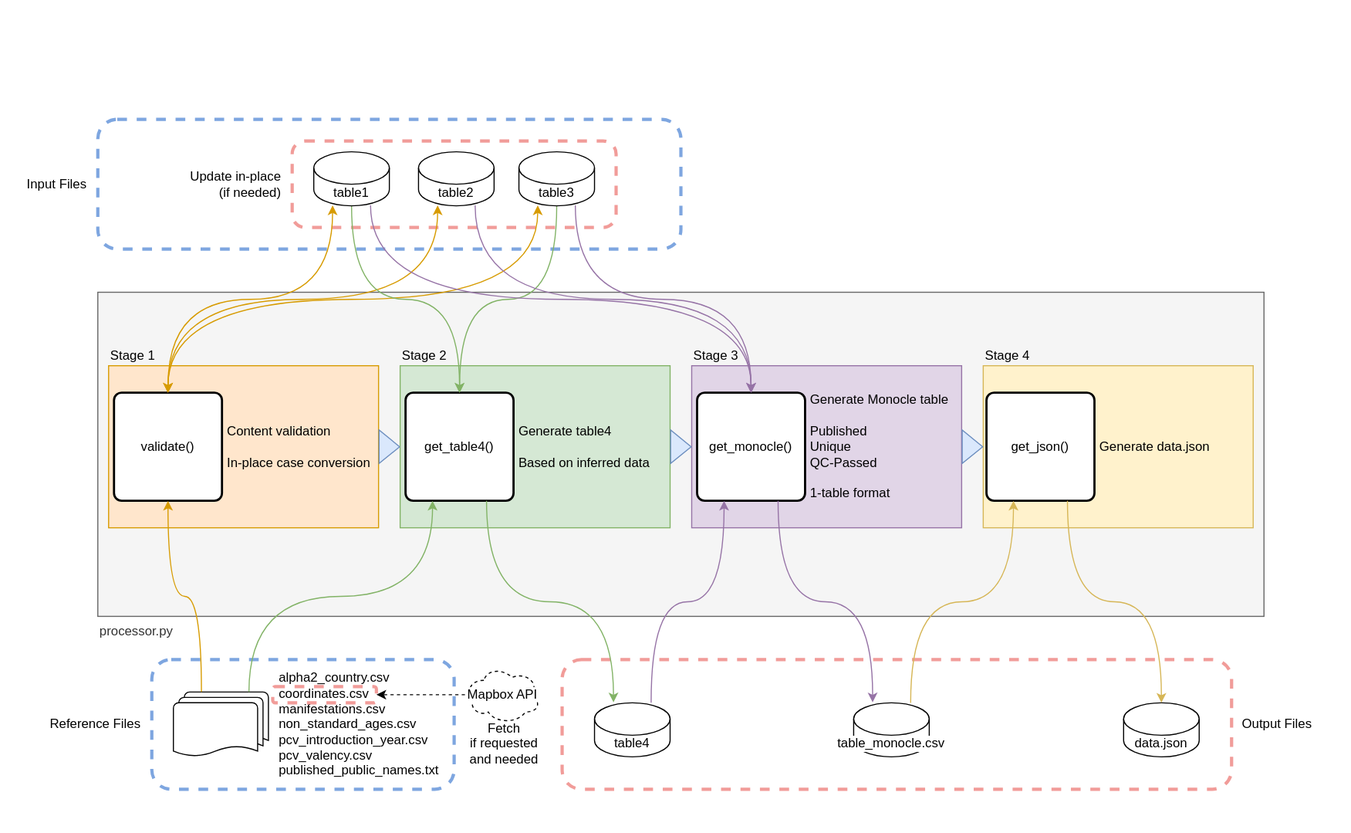
Earlier version of the draw.io export doc/workflow.drawio.svg (sanger-bentley-group/gps-database-processor). Source tidied: cells renumbered, new cells last; positions are measured from the earlier drawing's top-left corner, leaving out a move shared by most shapes.
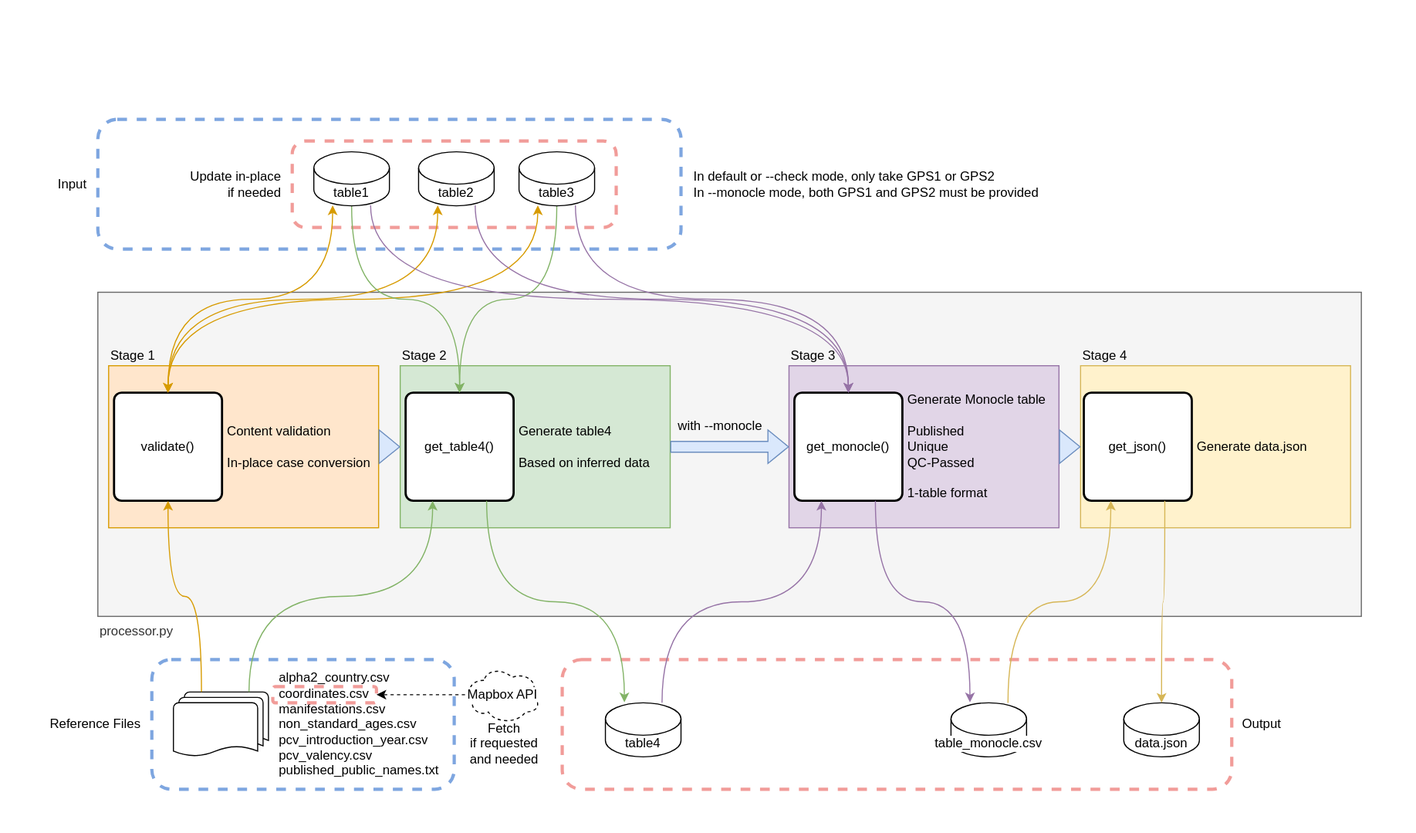
The same diagram one commit later.

What changed in the source:
```diff
@@ -3,13 +3,13 @@
     <mxCell id="0" />
     <mxCell id="1" parent="0" />
     <mxCell id="2" style="rounded=0;whiteSpace=wrap;html=1;strokeColor=none;fillColor=default;" parent="1" vertex="1">
-      <mxGeometry width="1250" height="770" as="geometry" />
+      <mxGeometry width="1310" height="770" as="geometry" />
     </mxCell>
     <mxCell id="3" value="processor.py" style="fillColor=#f5f5f5;strokeColor=#666666;align=left;labelPosition=center;verticalLabelPosition=bottom;verticalAlign=top;fontColor=#333333;" parent="1" vertex="1">
-      <mxGeometry x="90" y="270" width="1080" height="300" as="geometry" />
+      <mxGeometry x="90" y="270" width="1170" height="300" as="geometry" />
     </mxCell>
     <mxCell id="4" style="group;" parent="1" vertex="1">
-      <mxGeometry x="910" y="338" width="250" height="150" as="geometry" />
+      <mxGeometry x="1000" y="338" width="250" height="155" as="geometry" />
     </mxCell>
     <mxCell id="5" value="Stage 4" style="rounded=0;whiteSpace=wrap;html=1;shadow=0;glass=0;labelBackgroundColor=none;labelBorderColor=none;sketch=0;fillStyle=auto;fillColor=#fff2cc;strokeColor=#d6b656;labelPosition=center;verticalLabelPosition=top;align=left;verticalAlign=bottom;" parent="4" vertex="1">
       <mxGeometry width="250" height="150" as="geometry" />
@@ -21,7 +21,7 @@
       <mxGeometry x="106" y="47.5" width="144" height="55" as="geometry" />
     </mxCell>
     <mxCell id="8" style="group;" parent="1" vertex="1">
-      <mxGeometry x="640" y="338" width="258" height="150" as="geometry" />
+      <mxGeometry x="730" y="338" width="258" height="150.2" as="geometry" />
     </mxCell>
     <mxCell id="9" value="Stage 3" style="rounded=0;whiteSpace=wrap;html=1;shadow=0;glass=0;labelBackgroundColor=none;labelBorderColor=none;sketch=0;fillStyle=auto;fillColor=#e1d5e7;strokeColor=#9673a6;labelPosition=center;verticalLabelPosition=top;align=left;verticalAlign=bottom;" parent="8" vertex="1">
       <mxGeometry width="250" height="150" as="geometry" />
@@ -45,7 +45,7 @@
       <mxGeometry x="108" y="47.5" width="142" height="55" as="geometry" />
     </mxCell>
     <mxCell id="16" style="group;" parent="1" vertex="1">
-      <mxGeometry x="100" y="338" width="250" height="150" as="geometry" />
+      <mxGeometry x="100" y="338" width="250" height="155" as="geometry" />
     </mxCell>
     <mxCell id="17" value="Stage 1" style="rounded=0;whiteSpace=wrap;html=1;shadow=0;glass=0;labelBackgroundColor=none;labelBorderColor=none;sketch=0;fillStyle=auto;fillColor=#ffe6cc;strokeColor=#d79b00;labelPosition=center;verticalLabelPosition=top;align=left;verticalAlign=bottom;" parent="16" vertex="1">
       <mxGeometry width="250" height="150" as="geometry" />
@@ -56,13 +56,13 @@
     <mxCell id="19" value="&lt;span&gt;Content validation&lt;/span&gt;&lt;br&gt;&lt;span&gt;&lt;br&gt;In-place case conversion&lt;/span&gt;" style="text;html=1;strokeColor=none;fillColor=none;align=left;verticalAlign=middle;whiteSpace=wrap;rounded=0;shadow=0;glass=0;labelBackgroundColor=none;labelBorderColor=none;sketch=0;fillStyle=solid;" parent="16" vertex="1">
       <mxGeometry x="108" y="47.5" width="142" height="55" as="geometry" />
     </mxCell>
-    <mxCell id="20" value="Output Files" style="rounded=1;whiteSpace=wrap;html=1;labelBackgroundColor=default;fillStyle=auto;strokeColor=#F19C99;fillColor=none;dashed=1;strokeWidth=3;labelPosition=right;verticalLabelPosition=middle;align=left;verticalAlign=middle;spacingLeft=0;spacingRight=0;spacing=10;" parent="1" vertex="1">
+    <mxCell id="20" value="Output" style="rounded=1;whiteSpace=wrap;html=1;labelBackgroundColor=default;fillStyle=auto;strokeColor=#F19C99;fillColor=none;dashed=1;strokeWidth=3;labelPosition=right;verticalLabelPosition=middle;align=left;verticalAlign=middle;spacingLeft=0;spacingRight=0;spacing=10;" parent="1" vertex="1">
       <mxGeometry x="520" y="610" width="620" height="120" as="geometry" />
     </mxCell>
-    <mxCell id="21" value="Input Files" style="rounded=1;whiteSpace=wrap;html=1;labelBackgroundColor=default;fillStyle=auto;strokeColor=#7EA6E0;fillColor=none;dashed=1;strokeWidth=3;labelPosition=left;verticalLabelPosition=middle;align=right;verticalAlign=middle;spacingLeft=0;spacingRight=0;spacing=10;" parent="1" vertex="1">
+    <mxCell id="21" value="Input" style="rounded=1;whiteSpace=wrap;html=1;labelBackgroundColor=default;fillStyle=auto;strokeColor=#7EA6E0;fillColor=none;dashed=1;strokeWidth=3;labelPosition=left;verticalLabelPosition=middle;align=right;verticalAlign=middle;spacingLeft=0;spacingRight=0;spacing=10;" parent="1" vertex="1">
       <mxGeometry x="90" y="110" width="540" height="120" as="geometry" />
     </mxCell>
-    <mxCell id="22" value="Update in-place &lt;br&gt;(if needed)" style="rounded=1;whiteSpace=wrap;html=1;labelBackgroundColor=default;fillStyle=auto;strokeColor=#F19C99;fillColor=none;dashed=1;strokeWidth=3;labelPosition=left;verticalLabelPosition=middle;align=right;verticalAlign=middle;spacingLeft=0;spacingRight=0;spacing=10;" parent="1" vertex="1">
+    <mxCell id="22" value="Update in-place &lt;br&gt;if needed" style="rounded=1;whiteSpace=wrap;html=1;labelBackgroundColor=default;fillStyle=auto;strokeColor=#F19C99;fillColor=none;dashed=1;strokeWidth=3;labelPosition=left;verticalLabelPosition=middle;align=right;verticalAlign=middle;spacingLeft=0;spacingRight=0;spacing=10;" parent="1" vertex="1">
       <mxGeometry x="270" y="130" width="300" height="80" as="geometry" />
     </mxCell>
     <mxCell id="23" style="endArrow=classic;html=1;rounded=0;entryX=0.5;entryY=0;entryDx=0;entryDy=0;exitX=0.249;exitY=0.991;exitDx=0;exitDy=0;exitPerimeter=0;edgeStyle=orthogonalEdgeStyle;curved=1;startArrow=classic;startFill=1;fillColor=#ffe6cc;strokeColor=#d79b00;" parent="1" edge="1" source="42" target="18">
@@ -81,7 +81,7 @@
       <mxGeometry relative="1" as="geometry" />
     </mxCell>
     <mxCell id="28" value="table4" style="shape=cylinder3;whiteSpace=wrap;html=1;boundedLbl=1;backgroundOutline=1;size=15;" parent="1" vertex="1">
-      <mxGeometry x="550" y="650" width="70" height="50" as="geometry" />
+      <mxGeometry x="560" y="650" width="70" height="50" as="geometry" />
     </mxCell>
     <mxCell id="29" style="endArrow=classic;html=1;rounded=0;curved=1;exitX=0.75;exitY=1;exitDx=0;exitDy=0;entryX=0.251;entryY=-0.008;entryDx=0;entryDy=0;entryPerimeter=0;edgeStyle=orthogonalEdgeStyle;fillColor=#d5e8d4;strokeColor=#82b366;" parent="1" edge="1" source="14" target="28">
       <mxGeometry relative="1" as="geometry" />
@@ -116,6 +116,11 @@
     <mxCell id="39" style="shape=flexArrow;endArrow=classic;html=1;rounded=0;curved=1;entryX=0;entryY=0.5;entryDx=0;entryDy=0;strokeColor=#6c8ebf;fillColor=#dae8fc;exitX=1;exitY=0.5;exitDx=0;exitDy=0;" parent="1" edge="1" source="13" target="9">
       <mxGeometry relative="1" as="geometry" />
     </mxCell>
+    <mxCell id="55" value="with --monocle" style="edgeLabel;html=1;align=center;verticalAlign=middle;labelBackgroundColor=none;fontSize=12;fontStyle=0;" parent="39" vertex="1">
+      <mxGeometry x="-0.13" y="5" relative="1" as="geometry">
+        <mxPoint x="-3" y="-15" as="offset" />
+      </mxGeometry>
+    </mxCell>
     <mxCell id="40" style="shape=flexArrow;endArrow=classic;html=1;rounded=0;curved=1;entryX=0;entryY=0.5;entryDx=0;entryDy=0;strokeColor=#6c8ebf;fillColor=#dae8fc;exitX=1;exitY=0.5;exitDx=0;exitDy=0;" parent="1" edge="1" source="9" target="5">
       <mxGeometry relative="1" as="geometry" />
     </mxCell>
@@ -132,7 +137,7 @@
       <mxGeometry x="190" width="70" height="50" as="geometry" />
     </mxCell>
     <mxCell id="45" style="group;" parent="1" vertex="1">
-      <mxGeometry x="790" y="650" width="260" height="50" as="geometry" />
+      <mxGeometry x="880" y="650" width="260" height="50" as="geometry" />
     </mxCell>
     <mxCell id="46" value="table_monocle.csv" style="shape=cylinder3;whiteSpace=wrap;html=1;boundedLbl=1;backgroundOutline=1;size=15;labelBackgroundColor=default;" parent="45" vertex="1">
       <mxGeometry width="70" height="50" as="geometry" />
@@ -163,5 +168,8 @@
     <mxCell id="54" value="Mapbox API" style="ellipse;shape=cloud;whiteSpace=wrap;html=1;labelBackgroundColor=default;dashed=1;" parent="1" vertex="1">
       <mxGeometry x="430" y="615.8" width="70" height="53.3" as="geometry" />
     </mxCell>
+    <mxCell id="56" value="In default or --check mode, only take GPS1 or GPS2&lt;br&gt;In --monocle mode, both GPS1 and GPS2 must be provided" style="text;html=1;align=left;verticalAlign=middle;strokeColor=none;fillColor=none;fontSize=12;fontStyle=0;" parent="1" vertex="1">
+      <mxGeometry x="640" y="150" width="340" height="40" as="geometry" />
+    </mxCell>
   </root>
 </mxGraphModel>
```
